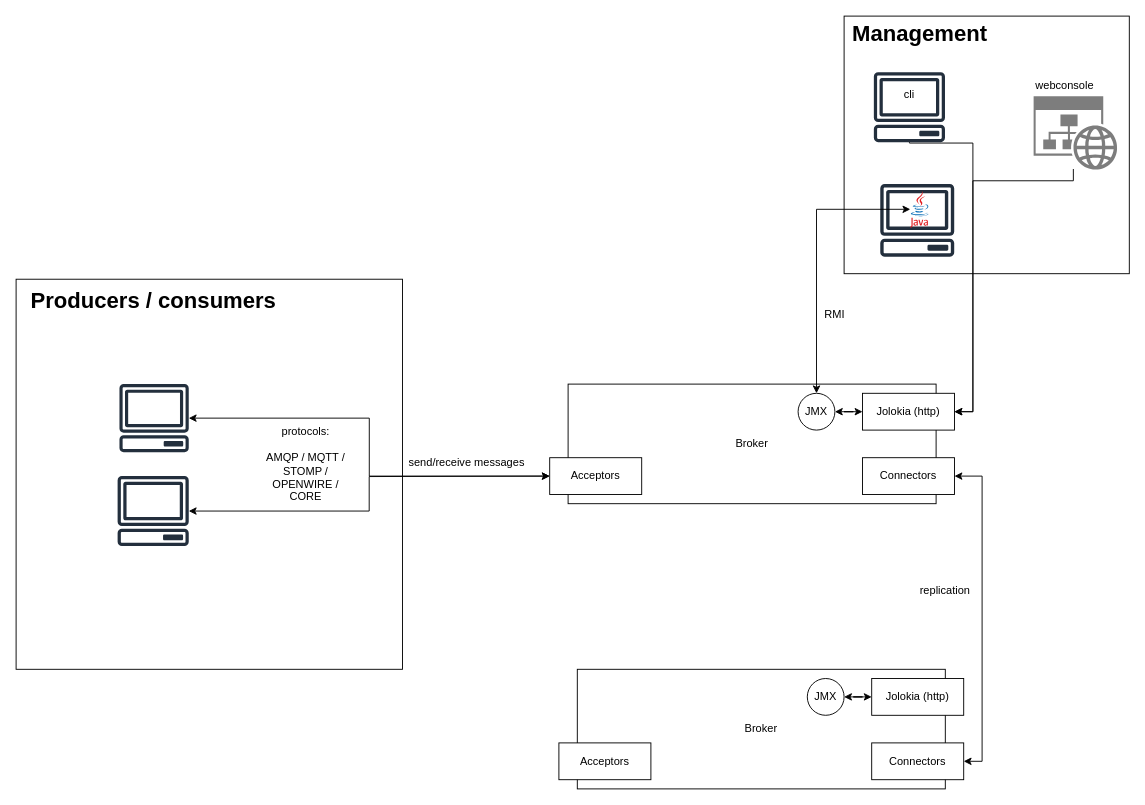
Before: broker_block_diagram.drawio in lavocatt/draw.io.diagrams, a draw.io diagram. Source tidied: cells renumbered, new cells numbered last; positions are measured from the earlier drawing's top-left corner, leaving out a move shared by most shapes. Both pictures are drawn from the tidied source at 92%, with x=0, y=0 at pixel (16, 16).
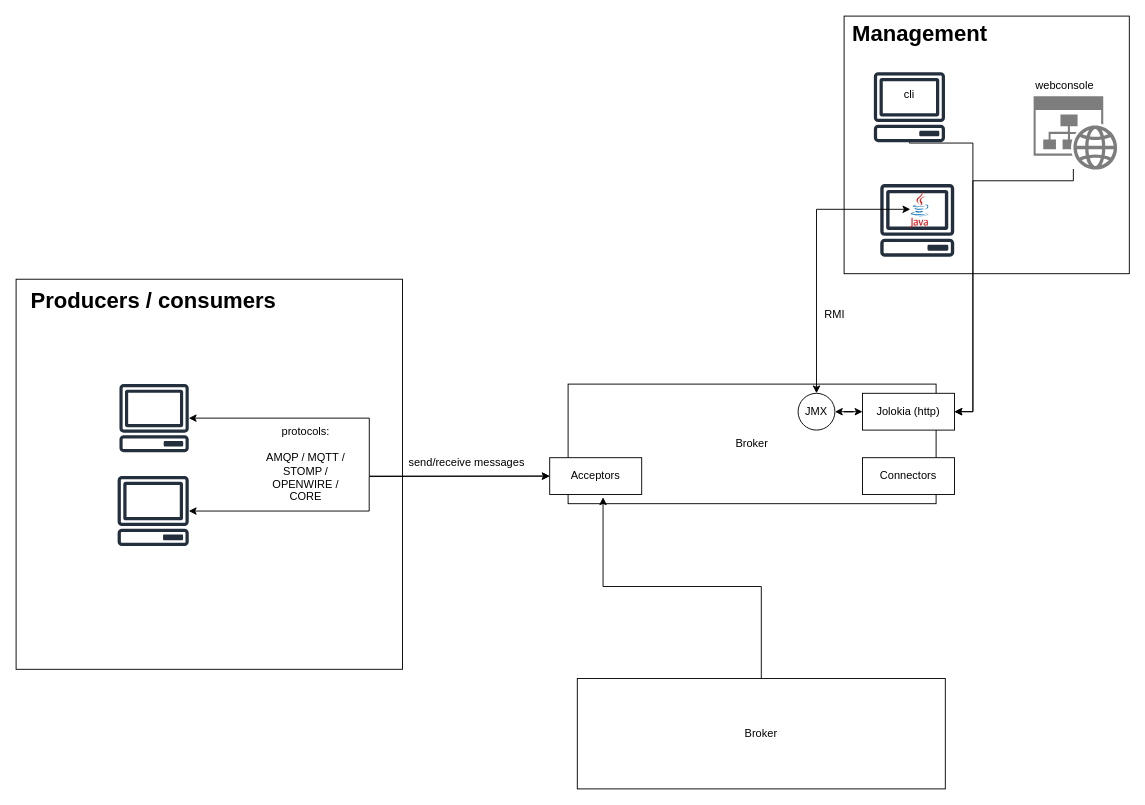
After the change.

Unchanged cells that the change refers to:
```xml
<mxCell id="6" value="Acceptors" style="whiteSpace=wrap;html=1;align=center;" parent="1" vertex="1">
  <mxGeometry x="580" y="480" width="100" height="40" as="geometry" />
</mxCell>
<mxCell id="7" value="Connectors" style="whiteSpace=wrap;html=1;align=center;" parent="1" vertex="1">
  <mxGeometry x="920" y="480" width="100" height="40" as="geometry" />
</mxCell>
```

The edit, as a diff of the source:
```diff
@@
-    <mxCell id="8" style="edgeStyle=orthogonalEdgeStyle;rounded=0;jettySize=auto;html=1;entryX=1;entryY=0.5;entryDx=0;entryDy=0;startArrow=classic;startFill=1;exitX=1;exitY=0.5;exitDx=0;exitDy=0;" parent="1" edge="1" source="23" target="7">
-      <mxGeometry relative="1" as="geometry" />
-    </mxCell>
@@
-    <mxCell id="15" value="&lt;div&gt;replication&lt;/div&gt;" style="text;html=1;align=center;verticalAlign=middle;whiteSpace=wrap;rounded=0;" parent="1" vertex="1">
-      <mxGeometry x="980" y="610" width="60" height="30" as="geometry" />
-    </mxCell>
@@
     <mxCell id="21" value="&lt;div&gt;Broker&lt;/div&gt;" style="whiteSpace=wrap;html=1;align=center;" parent="1" vertex="1">
-      <mxGeometry x="610" y="710" width="400" height="130" as="geometry" />
+      <mxGeometry x="610" y="720" width="400" height="120" as="geometry" />
     </mxCell>
-    <mxCell id="22" value="Acceptors" style="whiteSpace=wrap;html=1;align=center;" parent="1" vertex="1">
-      <mxGeometry x="590" y="790" width="100" height="40" as="geometry" />
-    </mxCell>
-    <mxCell id="23" value="Connectors" style="whiteSpace=wrap;html=1;align=center;" parent="1" vertex="1">
-      <mxGeometry x="930" y="790" width="100" height="40" as="geometry" />
-    </mxCell>
-    <mxCell id="24" value="Jolokia (http)" style="whiteSpace=wrap;html=1;align=center;" parent="1" vertex="1">
-      <mxGeometry x="930" y="720" width="100" height="40" as="geometry" />
-    </mxCell>
-    <mxCell id="25" style="edgeStyle=orthogonalEdgeStyle;rounded=0;jettySize=auto;html=1;exitX=1;exitY=0.5;exitDx=0;exitDy=0;startArrow=classic;startFill=1;" parent="1" edge="1" source="26" target="24">
-      <mxGeometry relative="1" as="geometry" />
-    </mxCell>
-    <mxCell id="26" value="JMX" style="ellipse;whiteSpace=wrap;html=1;" parent="1" vertex="1">
-      <mxGeometry x="860" y="720" width="40" height="40" as="geometry" />
-    </mxCell>
@@
+    <mxCell id="36" style="edgeStyle=orthogonalEdgeStyle;rounded=0;jettySize=auto;html=1;entryX=0.58;entryY=1.075;entryDx=0;entryDy=0;entryPerimeter=0;" parent="1" edge="1" source="21" target="6">
+      <mxGeometry relative="1" as="geometry" />
+    </mxCell>
```
